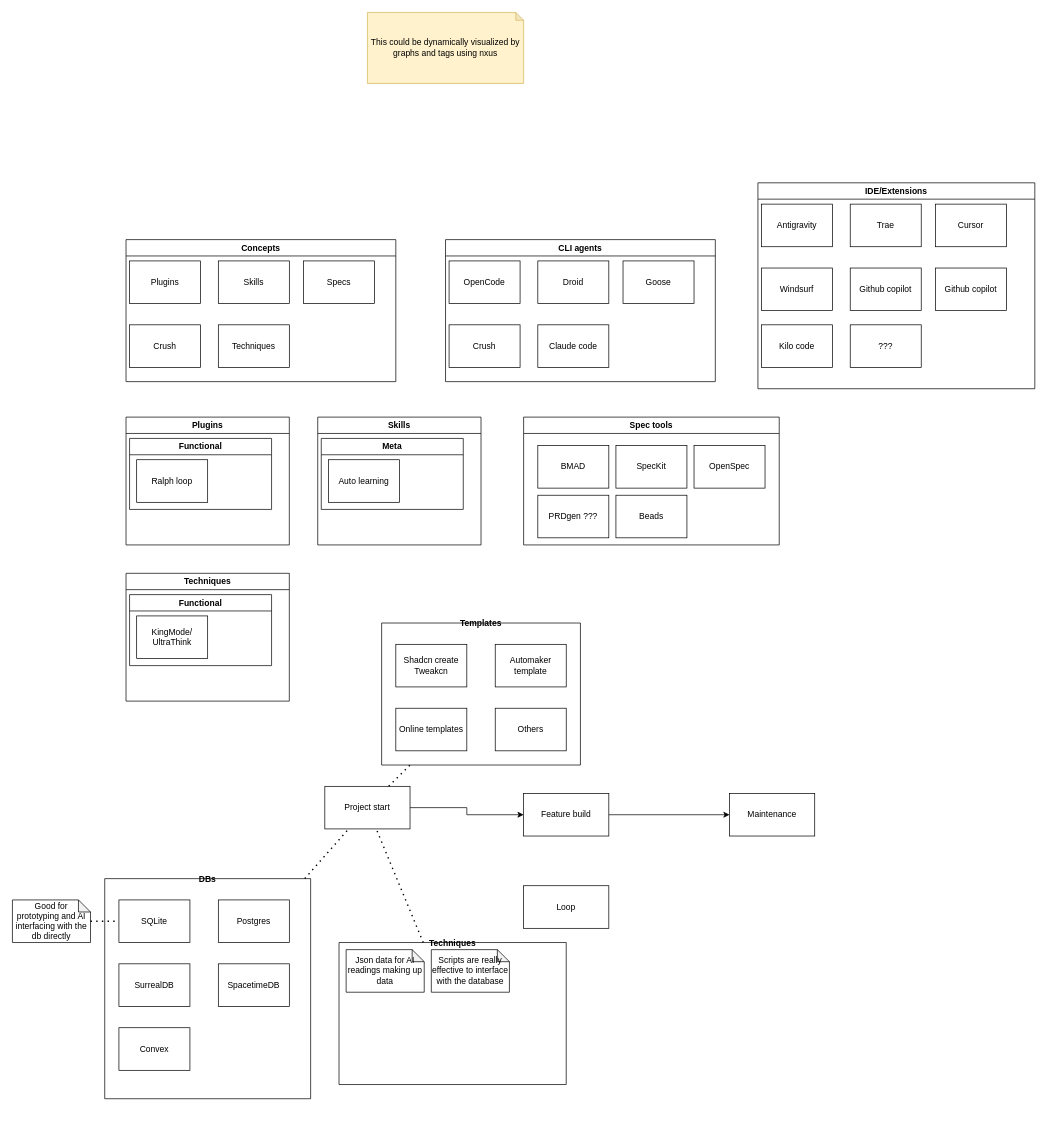
Earlier version of the draw.io diagram packages/nxus-core/src/data/apps/_scripts/AI workflow.drawio (popemkt/nxus). Source tidied: cells renumbered, new cells numbered last; positions are measured from the earlier drawing's top-left corner, leaving out a move shared by most shapes. Both pictures are drawn from the tidied source at 71%, with x=0, y=0 at pixel (12, 12).
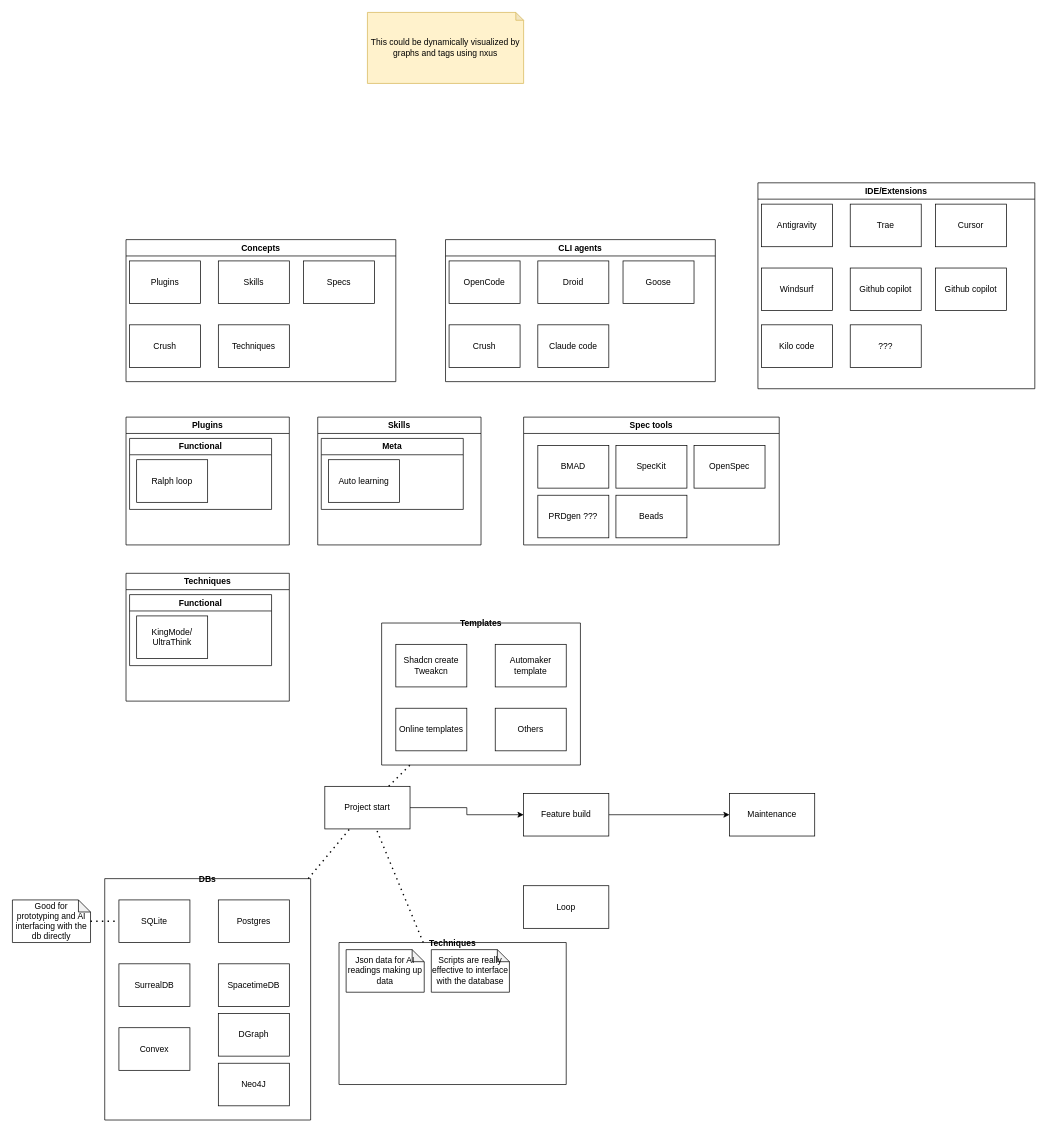
The same page after the edit.

What changed in the source:
```diff
@@
     <mxCell id="51" value="DBs" style="swimlane;startSize=0;" parent="1" vertex="1">
-      <mxGeometry x="130" y="1220" width="290" height="310" as="geometry" />
+      <mxGeometry x="130" y="1220" width="290" height="340" as="geometry" />
     </mxCell>
@@
+    <mxCell id="64" value="DGraph" style="rounded=0;whiteSpace=wrap;html=1;" parent="51" vertex="1">
+      <mxGeometry x="160" y="190" width="100" height="60" as="geometry" />
+    </mxCell>
+    <mxCell id="65" value="Neo4J" style="rounded=0;whiteSpace=wrap;html=1;" parent="51" vertex="1">
+      <mxGeometry x="160" y="260" width="100" height="60" as="geometry" />
+    </mxCell>
```
